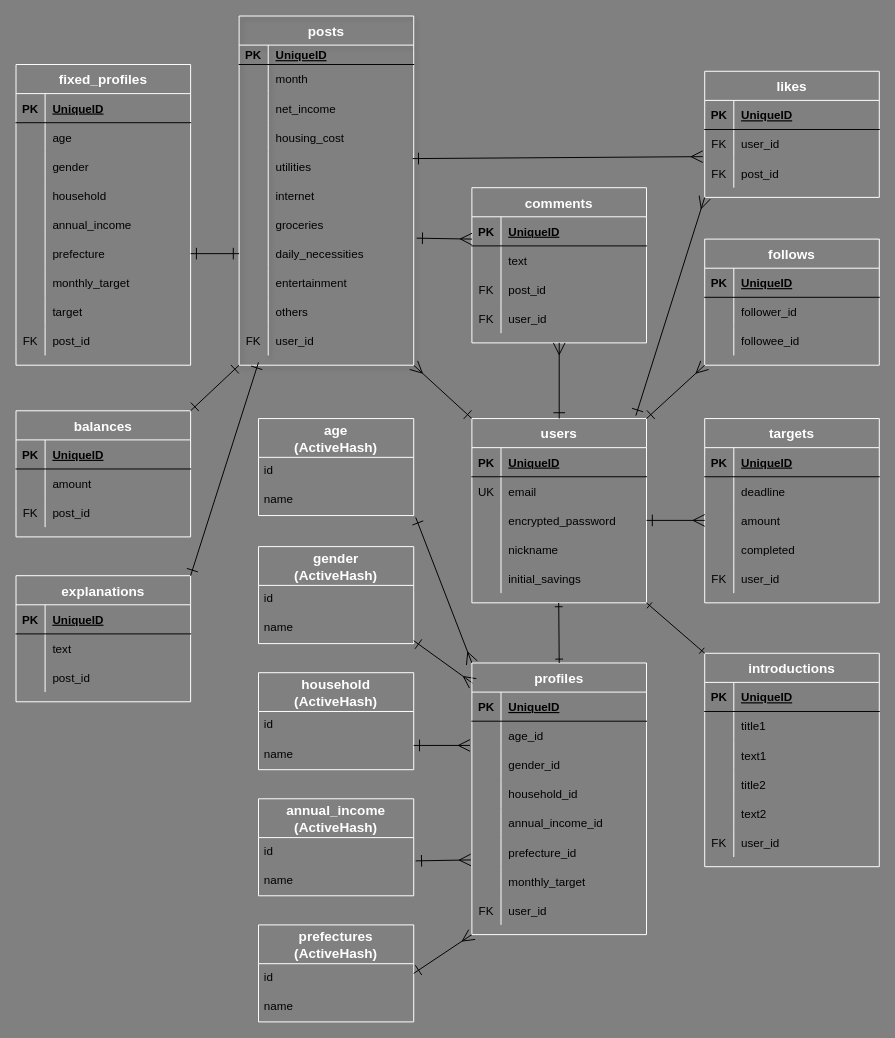
Above: er.dio in Jun-130/piling-up (draw.io), before the change. Source tidied: cells renumbered, new cells numbered last; positions are measured from the earlier drawing's top-left corner, leaving out a move shared by most shapes. Both pictures are drawn from the tidied source at 97%, with x=0, y=0 at pixel (16, 16).
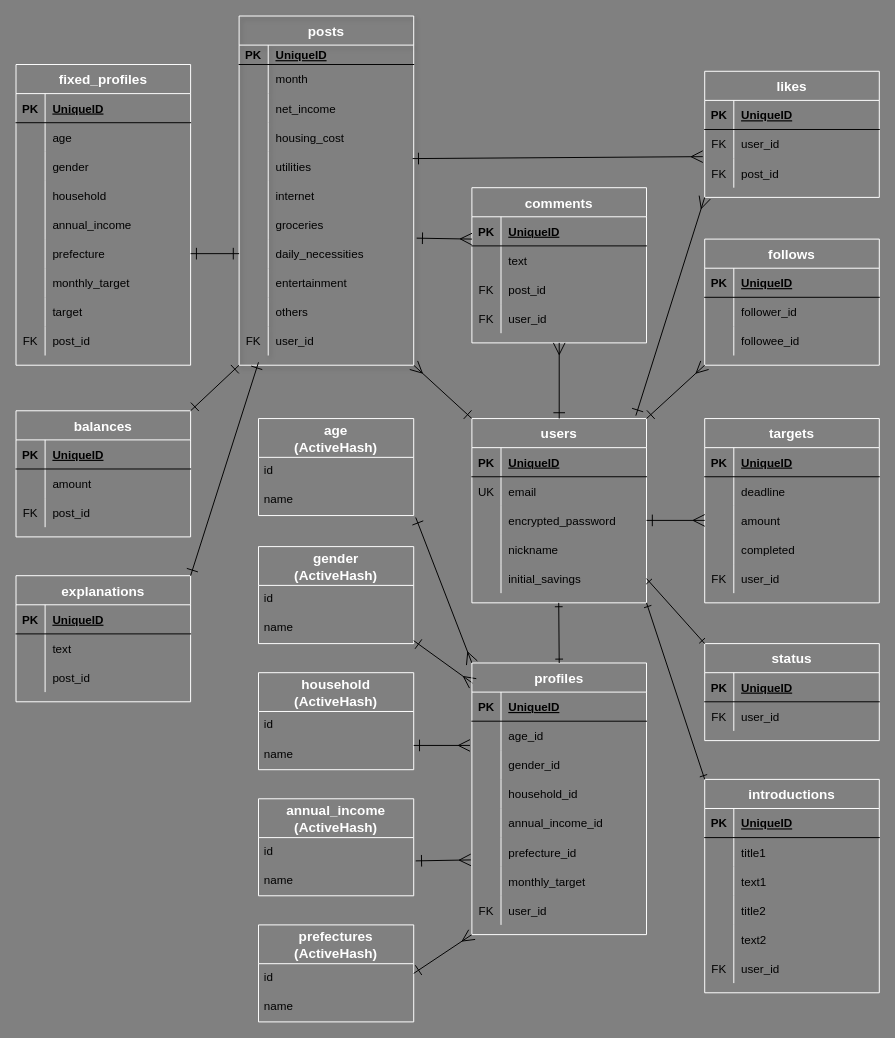
After the change.

The change refers to these unchanged cells:
```xml
<mxCell id="16" style="shape=partialRectangle;fillColor=none;top=0;left=0;bottom=0;right=0;points=[[0,0.5],[1,0.5]];portConstraint=eastwest;" parent="3" vertex="1">
  <mxGeometry y="150" width="180" height="30" as="geometry" />
</mxCell>
```

Change to the diagram source:
```diff
@@
     <mxCell id="179" value="introductions" style="shape=table;startSize=30;childLayout=tableLayout;rowLines=0;fontStyle=1;align=center;fillColor=none;strokeColor=#FFFFFF;fontSize=14;fontColor=#FFFFFF;labelBackgroundColor=none;" parent="1" vertex="1">
-      <mxGeometry x="710" y="657" width="180" height="220" as="geometry" />
+      <mxGeometry x="710" y="787" width="180" height="220" as="geometry" />
     </mxCell>
@@
+    <mxCell id="226" value="status" style="shape=table;startSize=30;childLayout=tableLayout;rowLines=0;fontStyle=1;align=center;fillColor=none;strokeColor=#FFFFFF;fontSize=14;fontColor=#FFFFFF;labelBackgroundColor=none;" parent="1" vertex="1">
+      <mxGeometry x="710" y="647" width="180" height="100" as="geometry" />
+    </mxCell>
+    <mxCell id="227" style="shape=partialRectangle;fillColor=none;top=0;left=0;bottom=1;right=0;" parent="226" vertex="1">
+      <mxGeometry y="30" width="180" height="30" as="geometry" />
+    </mxCell>
+    <mxCell id="228" value="PK" style="shape=partialRectangle;fillColor=none;top=0;left=0;bottom=0;right=0;fontStyle=1;overflow=hidden;" parent="227" vertex="1">
+      <mxGeometry width="30" height="30" as="geometry" />
+    </mxCell>
+    <mxCell id="229" value="UniqueID" style="shape=partialRectangle;fillColor=none;top=0;left=0;bottom=0;right=0;align=left;spacingLeft=6;fontStyle=5;overflow=hidden;" parent="227" vertex="1">
+      <mxGeometry x="30" width="150" height="30" as="geometry" />
+    </mxCell>
+    <mxCell id="230" style="shape=partialRectangle;fillColor=none;top=0;left=0;bottom=0;right=0;" parent="226" vertex="1">
+      <mxGeometry y="60" width="180" height="30" as="geometry" />
+    </mxCell>
+    <mxCell id="231" value="FK" style="shape=partialRectangle;fillColor=none;top=0;left=0;bottom=0;right=0;overflow=hidden;" parent="230" vertex="1">
+      <mxGeometry width="30" height="30" as="geometry" />
+    </mxCell>
+    <mxCell id="232" value="user_id" style="shape=partialRectangle;fillColor=none;top=0;left=0;bottom=0;right=0;align=left;spacingLeft=6;overflow=hidden;" parent="230" vertex="1">
+      <mxGeometry x="30" width="150" height="30" as="geometry" />
+    </mxCell>
+    <mxCell id="233" style="edgeStyle=none;html=1;endArrow=ERone;endFill=0;startArrow=ERone;startFill=0;exitX=1;exitY=0.5;exitDx=0;exitDy=0;entryX=0;entryY=0;entryDx=0;entryDy=0;" parent="1" edge="1" source="16" target="226">
+      <mxGeometry relative="1" as="geometry" />
+    </mxCell>
```
